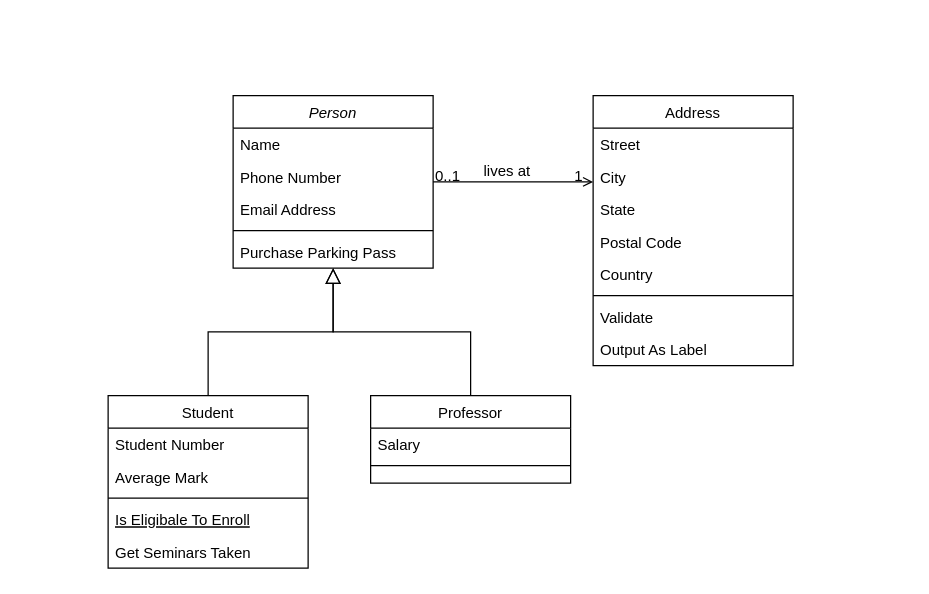
Before: Untitled Diagram.drawio in alanmacgowan/alanmacgowan.github.io, a draw.io diagram. Source tidied: cells renumbered, new cells numbered last; positions are measured from the earlier drawing's top-left corner, leaving out a move shared by most shapes. Both pictures are drawn from the tidied source at 125%, with x=0, y=0 at pixel (108, 95).
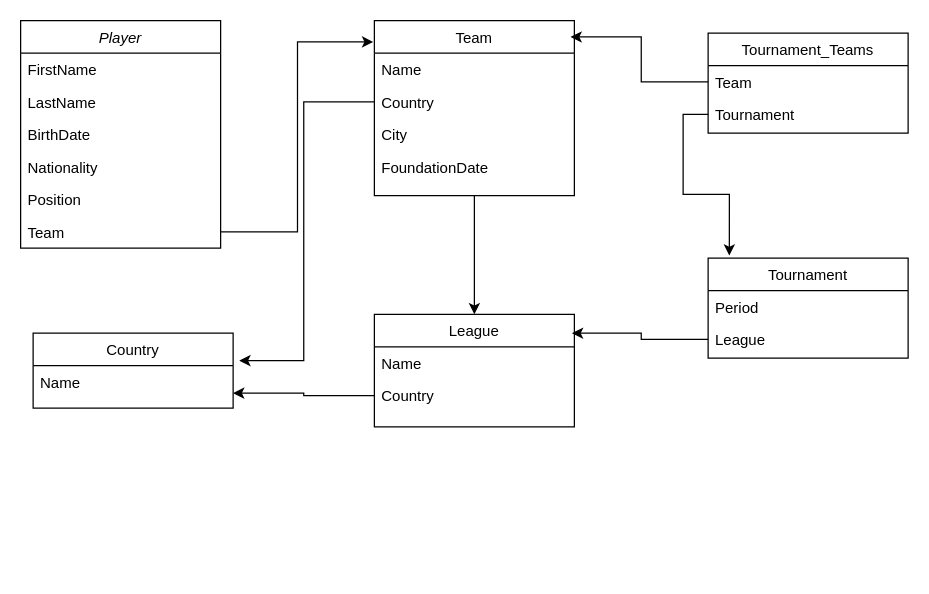
The same diagram, later.

Change to the diagram source:
```diff
@@
-    <mxCell id="2" value="Person" style="swimlane;fontStyle=2;align=center;verticalAlign=top;horizontal=1;startSize=26;rounded=0;shadow=0;strokeWidth=1;" parent="1" vertex="1">
-      <mxGeometry x="100" width="160" height="138" as="geometry" />
+    <mxCell id="2" value="Player" style="swimlane;fontStyle=2;align=center;verticalAlign=top;horizontal=1;startSize=26;rounded=0;shadow=0;strokeWidth=1;" parent="1" vertex="1">
+      <mxGeometry x="-70" y="-60" width="160" height="182" as="geometry" />
     </mxCell>
-    <mxCell id="3" value="Name" style="text;align=left;verticalAlign=top;spacingLeft=4;spacingRight=4;overflow=hidden;" parent="2" vertex="1">
+    <mxCell id="3" value="FirstName" style="text;align=left;verticalAlign=top;spacingLeft=4;spacingRight=4;overflow=hidden;" parent="2" vertex="1">
       <mxGeometry y="26" width="160" height="26" as="geometry" />
     </mxCell>
-    <mxCell id="4" value="Phone Number" style="text;align=left;verticalAlign=top;spacingLeft=4;spacingRight=4;overflow=hidden;rounded=0;shadow=0;html=0;" parent="2" vertex="1">
+    <mxCell id="4" value="LastName" style="text;align=left;verticalAlign=top;spacingLeft=4;spacingRight=4;overflow=hidden;rounded=0;shadow=0;html=0;" parent="2" vertex="1">
       <mxGeometry y="52" width="160" height="26" as="geometry" />
     </mxCell>
-    <mxCell id="5" value="Email Address" style="text;align=left;verticalAlign=top;spacingLeft=4;spacingRight=4;overflow=hidden;rounded=0;shadow=0;html=0;" parent="2" vertex="1">
+    <mxCell id="5" value="BirthDate" style="text;align=left;verticalAlign=top;spacingLeft=4;spacingRight=4;overflow=hidden;rounded=0;shadow=0;html=0;" parent="2" vertex="1">
       <mxGeometry y="78" width="160" height="26" as="geometry" />
     </mxCell>
-    <mxCell id="6" style="line;html=1;strokeWidth=1;align=left;verticalAlign=middle;spacingTop=-1;spacingLeft=3;spacingRight=3;labelPosition=right;" parent="2" vertex="1">
-      <mxGeometry y="104" width="160" height="8" as="geometry" />
-    </mxCell>
-    <mxCell id="7" value="Purchase Parking Pass" style="text;align=left;verticalAlign=top;spacingLeft=4;spacingRight=4;overflow=hidden;" parent="2" vertex="1">
-      <mxGeometry y="112" width="160" height="26" as="geometry" />
-    </mxCell>
+    <mxCell id="32" value="Nationality" style="text;align=left;verticalAlign=top;spacingLeft=4;spacingRight=4;overflow=hidden;rounded=0;shadow=0;html=0;" parent="2" vertex="1">
+      <mxGeometry y="104" width="160" height="26" as="geometry" />
+    </mxCell>
+    <mxCell id="33" value="Position" style="text;align=left;verticalAlign=top;spacingLeft=4;spacingRight=4;overflow=hidden;rounded=0;shadow=0;html=0;" parent="2" vertex="1">
+      <mxGeometry y="130" width="160" height="26" as="geometry" />
+    </mxCell>
+    <mxCell id="34" value="Team" style="text;align=left;verticalAlign=top;spacingLeft=4;spacingRight=4;overflow=hidden;points=[[0,0.5],[1,0.5]];portConstraint=eastwest;rounded=0;shadow=0;html=0;" parent="2" vertex="1">
+      <mxGeometry y="156" width="160" height="26" as="geometry" />
+    </mxCell>
-    <mxCell id="8" value="Student" style="swimlane;fontStyle=0;align=center;verticalAlign=top;horizontal=1;startSize=26;rounded=0;shadow=0;strokeWidth=1;" parent="1" vertex="1">
-      <mxGeometry y="240" width="160" height="138" as="geometry" />
+    <mxCell id="8" value="Country" style="swimlane;fontStyle=0;align=center;verticalAlign=top;horizontal=1;startSize=26;rounded=0;shadow=0;strokeWidth=1;" parent="1" vertex="1">
+      <mxGeometry x="-60" y="190" width="160" height="60" as="geometry" />
     </mxCell>
-    <mxCell id="9" value="Student Number" style="text;align=left;verticalAlign=top;spacingLeft=4;spacingRight=4;overflow=hidden;points=[[0,0.5],[1,0.5]];portConstraint=eastwest;" parent="8" vertex="1">
+    <mxCell id="9" value="Name" style="text;align=left;verticalAlign=top;spacingLeft=4;spacingRight=4;overflow=hidden;points=[[0,0.5],[1,0.5]];portConstraint=eastwest;" parent="8" vertex="1">
       <mxGeometry y="26" width="160" height="26" as="geometry" />
     </mxCell>
-    <mxCell id="10" value="Average Mark" style="text;align=left;verticalAlign=top;spacingLeft=4;spacingRight=4;overflow=hidden;rounded=0;shadow=0;html=0;" parent="8" vertex="1">
-      <mxGeometry y="52" width="160" height="26" as="geometry" />
-    </mxCell>
-    <mxCell id="11" style="line;html=1;strokeWidth=1;align=left;verticalAlign=middle;spacingTop=-1;spacingLeft=3;spacingRight=3;labelPosition=right;" parent="8" vertex="1">
-      <mxGeometry y="78" width="160" height="8" as="geometry" />
-    </mxCell>
-    <mxCell id="12" value="Is Eligibale To Enroll" style="text;align=left;verticalAlign=top;spacingLeft=4;spacingRight=4;overflow=hidden;fontStyle=4;" parent="8" vertex="1">
-      <mxGeometry y="86" width="160" height="26" as="geometry" />
-    </mxCell>
-    <mxCell id="13" value="Get Seminars Taken" style="text;align=left;verticalAlign=top;spacingLeft=4;spacingRight=4;overflow=hidden;" parent="8" vertex="1">
-      <mxGeometry y="112" width="160" height="26" as="geometry" />
-    </mxCell>
-    <mxCell id="14" style="endArrow=block;endSize=10;endFill=0;shadow=0;strokeWidth=1;rounded=0;edgeStyle=elbowEdgeStyle;elbow=vertical;" parent="1" edge="1" source="8" target="2">
-      <mxGeometry relative="1" as="geometry" />
-    </mxCell>
-    <mxCell id="15" value="Professor" style="swimlane;fontStyle=0;align=center;verticalAlign=top;horizontal=1;startSize=26;rounded=0;shadow=0;strokeWidth=1;" parent="1" vertex="1">
-      <mxGeometry x="210" y="240" width="160" height="70" as="geometry" />
+    <mxCell id="15" value="League" style="swimlane;fontStyle=0;align=center;verticalAlign=top;horizontal=1;startSize=26;rounded=0;shadow=0;strokeWidth=1;" parent="1" vertex="1">
+      <mxGeometry x="213" y="175" width="160" height="90" as="geometry" />
     </mxCell>
-    <mxCell id="16" value="Salary" style="text;align=left;verticalAlign=top;spacingLeft=4;spacingRight=4;overflow=hidden;" parent="15" vertex="1">
+    <mxCell id="16" value="Name" style="text;align=left;verticalAlign=top;spacingLeft=4;spacingRight=4;overflow=hidden;" parent="15" vertex="1">
       <mxGeometry y="26" width="160" height="26" as="geometry" />
     </mxCell>
-    <mxCell id="17" style="line;html=1;strokeWidth=1;align=left;verticalAlign=middle;spacingTop=-1;spacingLeft=3;spacingRight=3;labelPosition=right;" parent="15" vertex="1">
-      <mxGeometry y="52" width="160" height="8" as="geometry" />
-    </mxCell>
-    <mxCell id="18" style="endArrow=block;endSize=10;endFill=0;shadow=0;strokeWidth=1;rounded=0;edgeStyle=elbowEdgeStyle;elbow=vertical;" parent="1" edge="1" source="15" target="2">
-      <mxGeometry relative="1" as="geometry" />
-    </mxCell>
+    <mxCell id="24" value="Country" style="text;align=left;verticalAlign=top;spacingLeft=4;spacingRight=4;overflow=hidden;points=[[0,0.5],[1,0.5]];portConstraint=eastwest;" parent="15" vertex="1">
+      <mxGeometry y="52" width="160" height="26" as="geometry" />
+    </mxCell>
+    <mxCell id="35" style="edgeStyle=orthogonalEdgeStyle;rounded=0;jettySize=auto;html=1;exitX=0.5;exitY=1;exitDx=0;exitDy=0;entryX=0.5;entryY=0;entryDx=0;entryDy=0;" parent="1" edge="1" source="19" target="15">
+      <mxGeometry relative="1" as="geometry" />
+    </mxCell>
-    <mxCell id="19" value="Address" style="swimlane;fontStyle=0;align=center;verticalAlign=top;horizontal=1;startSize=26;rounded=0;shadow=0;strokeWidth=1;" parent="1" vertex="1">
-      <mxGeometry x="388" width="160" height="216" as="geometry" />
+    <mxCell id="19" value="Team" style="swimlane;fontStyle=0;align=center;verticalAlign=top;horizontal=1;startSize=26;rounded=0;shadow=0;strokeWidth=1;" parent="1" vertex="1">
+      <mxGeometry x="213" y="-60" width="160" height="140" as="geometry" />
     </mxCell>
-    <mxCell id="20" value="Street" style="text;align=left;verticalAlign=top;spacingLeft=4;spacingRight=4;overflow=hidden;points=[[0,0.5],[1,0.5]];portConstraint=eastwest;" parent="19" vertex="1">
+    <mxCell id="20" value="Name" style="text;align=left;verticalAlign=top;spacingLeft=4;spacingRight=4;overflow=hidden;points=[[0,0.5],[1,0.5]];portConstraint=eastwest;" parent="19" vertex="1">
       <mxGeometry y="26" width="160" height="26" as="geometry" />
     </mxCell>
-    <mxCell id="21" value="City" style="text;align=left;verticalAlign=top;spacingLeft=4;spacingRight=4;overflow=hidden;points=[[0,0.5],[1,0.5]];portConstraint=eastwest;rounded=0;shadow=0;html=0;" parent="19" vertex="1">
+    <mxCell id="21" value="Country" style="text;align=left;verticalAlign=top;spacingLeft=4;spacingRight=4;overflow=hidden;points=[[0,0.5],[1,0.5]];portConstraint=eastwest;rounded=0;shadow=0;html=0;" parent="19" vertex="1">
       <mxGeometry y="52" width="160" height="26" as="geometry" />
     </mxCell>
-    <mxCell id="22" value="State" style="text;align=left;verticalAlign=top;spacingLeft=4;spacingRight=4;overflow=hidden;rounded=0;shadow=0;html=0;" parent="19" vertex="1">
+    <mxCell id="22" value="City" style="text;align=left;verticalAlign=top;spacingLeft=4;spacingRight=4;overflow=hidden;rounded=0;shadow=0;html=0;" parent="19" vertex="1">
       <mxGeometry y="78" width="160" height="26" as="geometry" />
     </mxCell>
-    <mxCell id="23" value="Postal Code" style="text;align=left;verticalAlign=top;spacingLeft=4;spacingRight=4;overflow=hidden;rounded=0;shadow=0;html=0;" parent="19" vertex="1">
+    <mxCell id="23" value="FoundationDate" style="text;align=left;verticalAlign=top;spacingLeft=4;spacingRight=4;overflow=hidden;rounded=0;shadow=0;html=0;" parent="19" vertex="1">
       <mxGeometry y="104" width="160" height="26" as="geometry" />
     </mxCell>
-    <mxCell id="24" value="Country" style="text;align=left;verticalAlign=top;spacingLeft=4;spacingRight=4;overflow=hidden;points=[[0,0.5],[1,0.5]];portConstraint=eastwest;rounded=0;shadow=0;html=0;" parent="19" vertex="1">
-      <mxGeometry y="130" width="160" height="26" as="geometry" />
-    </mxCell>
-    <mxCell id="25" style="line;html=1;strokeWidth=1;align=left;verticalAlign=middle;spacingTop=-1;spacingLeft=3;spacingRight=3;labelPosition=right;" parent="19" vertex="1">
-      <mxGeometry y="156" width="160" height="8" as="geometry" />
-    </mxCell>
-    <mxCell id="26" value="Validate" style="text;align=left;verticalAlign=top;spacingLeft=4;spacingRight=4;overflow=hidden;" parent="19" vertex="1">
-      <mxGeometry y="164" width="160" height="26" as="geometry" />
-    </mxCell>
-    <mxCell id="27" value="Output As Label" style="text;align=left;verticalAlign=top;spacingLeft=4;spacingRight=4;overflow=hidden;" parent="19" vertex="1">
-      <mxGeometry y="190" width="160" height="26" as="geometry" />
-    </mxCell>
-    <mxCell id="28" style="endArrow=open;shadow=0;strokeWidth=1;strokeColor=#000000;rounded=0;endFill=1;edgeStyle=elbowEdgeStyle;elbow=vertical;" parent="1" edge="1" source="2" target="19">
-      <mxGeometry x="0.5" y="41" relative="1" as="geometry">
-        <mxPoint x="-40" y="32" as="offset" />
-      </mxGeometry>
-    </mxCell>
-    <mxCell id="29" value="0..1" style="align=left;verticalAlign=bottom;labelBackgroundColor=none;fontSize=12;" parent="28" vertex="1">
-      <mxGeometry x="-1" relative="1" as="geometry">
-        <mxPoint y="4" as="offset" />
-      </mxGeometry>
-    </mxCell>
-    <mxCell id="30" value="1" style="align=right;verticalAlign=bottom;labelBackgroundColor=none;fontSize=12;" parent="28" vertex="1">
-      <mxGeometry x="1" relative="1" as="geometry">
-        <mxPoint x="-7" y="4" as="offset" />
-      </mxGeometry>
-    </mxCell>
-    <mxCell id="31" value="lives at" style="text;html=1;align=center;verticalAlign=middle;labelBackgroundColor=none;rounded=0;shadow=0;strokeWidth=1;fontSize=12;" parent="28" vertex="1">
-      <mxGeometry x="0.5" y="49" relative="1" as="geometry">
-        <mxPoint x="-38" y="40" as="offset" />
-      </mxGeometry>
-    </mxCell>
+    <mxCell id="36" value="Tournament" style="swimlane;fontStyle=0;align=center;verticalAlign=top;horizontal=1;startSize=26;rounded=0;shadow=0;strokeWidth=1;" parent="1" vertex="1">
+      <mxGeometry x="480" y="130" width="160" height="80" as="geometry" />
+    </mxCell>
+    <mxCell id="37" value="Period" style="text;align=left;verticalAlign=top;spacingLeft=4;spacingRight=4;overflow=hidden;" parent="36" vertex="1">
+      <mxGeometry y="26" width="160" height="26" as="geometry" />
+    </mxCell>
+    <mxCell id="38" value="League" style="text;align=left;verticalAlign=top;spacingLeft=4;spacingRight=4;overflow=hidden;points=[[0,0.5],[1,0.5]];portConstraint=eastwest;rounded=0;shadow=0;html=0;" parent="36" vertex="1">
+      <mxGeometry y="52" width="160" height="26" as="geometry" />
+    </mxCell>
+    <mxCell id="39" style="edgeStyle=orthogonalEdgeStyle;rounded=0;jettySize=auto;html=1;entryX=-0.006;entryY=-0.346;entryDx=0;entryDy=0;entryPerimeter=0;" parent="1" edge="1" source="34" target="20">
+      <mxGeometry relative="1" as="geometry" />
+    </mxCell>
+    <mxCell id="40" style="edgeStyle=orthogonalEdgeStyle;rounded=0;jettySize=auto;html=1;entryX=1;entryY=0.846;entryDx=0;entryDy=0;entryPerimeter=0;" parent="1" edge="1" source="24" target="9">
+      <mxGeometry relative="1" as="geometry" />
+    </mxCell>
+    <mxCell id="41" style="edgeStyle=orthogonalEdgeStyle;rounded=0;jettySize=auto;html=1;entryX=1.031;entryY=-0.154;entryDx=0;entryDy=0;entryPerimeter=0;" parent="1" edge="1" source="21" target="9">
+      <mxGeometry relative="1" as="geometry" />
+    </mxCell>
+    <mxCell id="42" value="Tournament_Teams" style="swimlane;fontStyle=0;align=center;verticalAlign=top;horizontal=1;startSize=26;rounded=0;shadow=0;strokeWidth=1;" parent="1" vertex="1">
+      <mxGeometry x="480" y="-50" width="160" height="80" as="geometry" />
+    </mxCell>
+    <mxCell id="43" value="Team" style="text;align=left;verticalAlign=top;spacingLeft=4;spacingRight=4;overflow=hidden;points=[[0,0.5],[1,0.5]];portConstraint=eastwest;" parent="42" vertex="1">
+      <mxGeometry y="26" width="160" height="26" as="geometry" />
+    </mxCell>
+    <mxCell id="44" value="Tournament" style="text;align=left;verticalAlign=top;spacingLeft=4;spacingRight=4;overflow=hidden;points=[[0,0.5],[1,0.5]];portConstraint=eastwest;rounded=0;shadow=0;html=0;" parent="42" vertex="1">
+      <mxGeometry y="52" width="160" height="26" as="geometry" />
+    </mxCell>
+    <mxCell id="45" style="edgeStyle=orthogonalEdgeStyle;rounded=0;jettySize=auto;html=1;entryX=0.981;entryY=0.093;entryDx=0;entryDy=0;entryPerimeter=0;" parent="1" edge="1" source="43" target="19">
+      <mxGeometry relative="1" as="geometry" />
+    </mxCell>
+    <mxCell id="46" style="edgeStyle=orthogonalEdgeStyle;rounded=0;jettySize=auto;html=1;entryX=0.106;entryY=-0.025;entryDx=0;entryDy=0;entryPerimeter=0;" parent="1" edge="1" source="44" target="36">
+      <mxGeometry relative="1" as="geometry" />
+    </mxCell>
+    <mxCell id="47" style="edgeStyle=orthogonalEdgeStyle;rounded=0;jettySize=auto;html=1;entryX=0.988;entryY=0.167;entryDx=0;entryDy=0;entryPerimeter=0;" parent="1" edge="1" source="38" target="15">
+      <mxGeometry relative="1" as="geometry" />
+    </mxCell>
```
